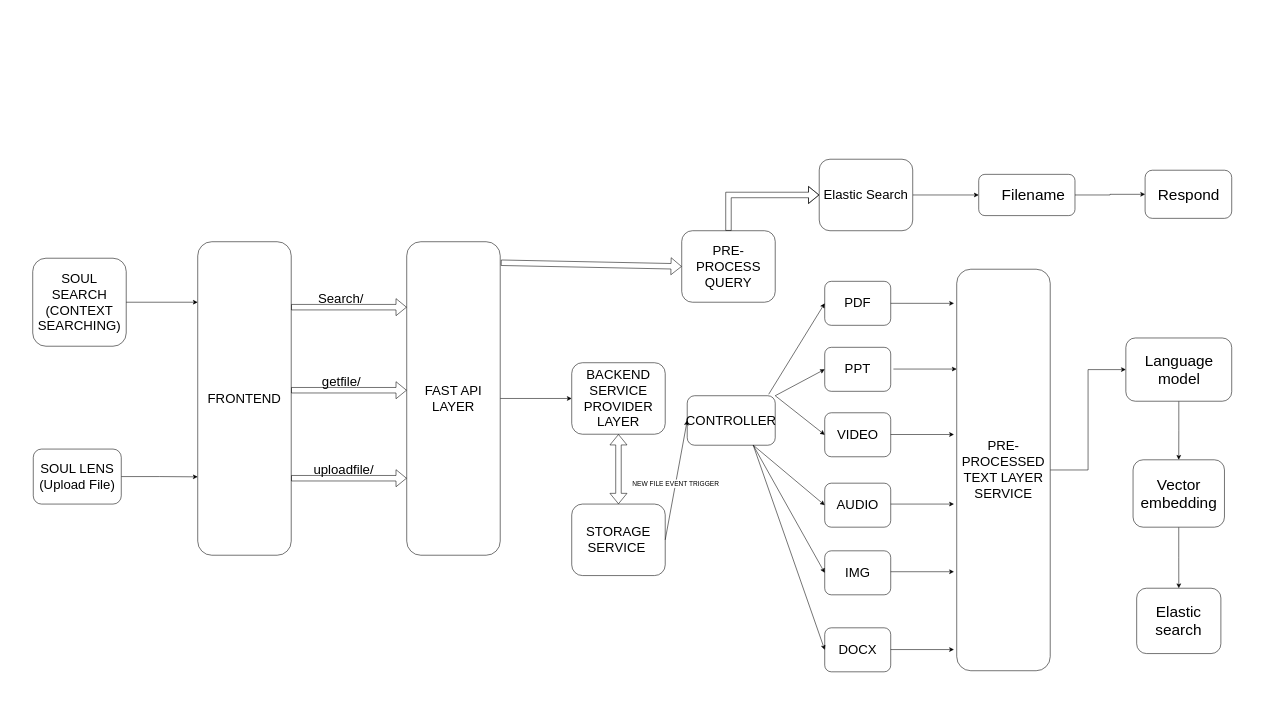
This is database/Hackathon.drawio from 2023-opportunity-hack/SouL--DigitalRecordsManagementforMuseumsandHistoricalSites, a draw.io file, before an edit. Source tidied: cells renumbered, new cells numbered last; positions are measured from the earlier drawing's top-left corner, leaving out a move shared by most shapes. Both pictures are drawn from the tidied source at 55%, with x=0, y=0 at pixel (32, 159).
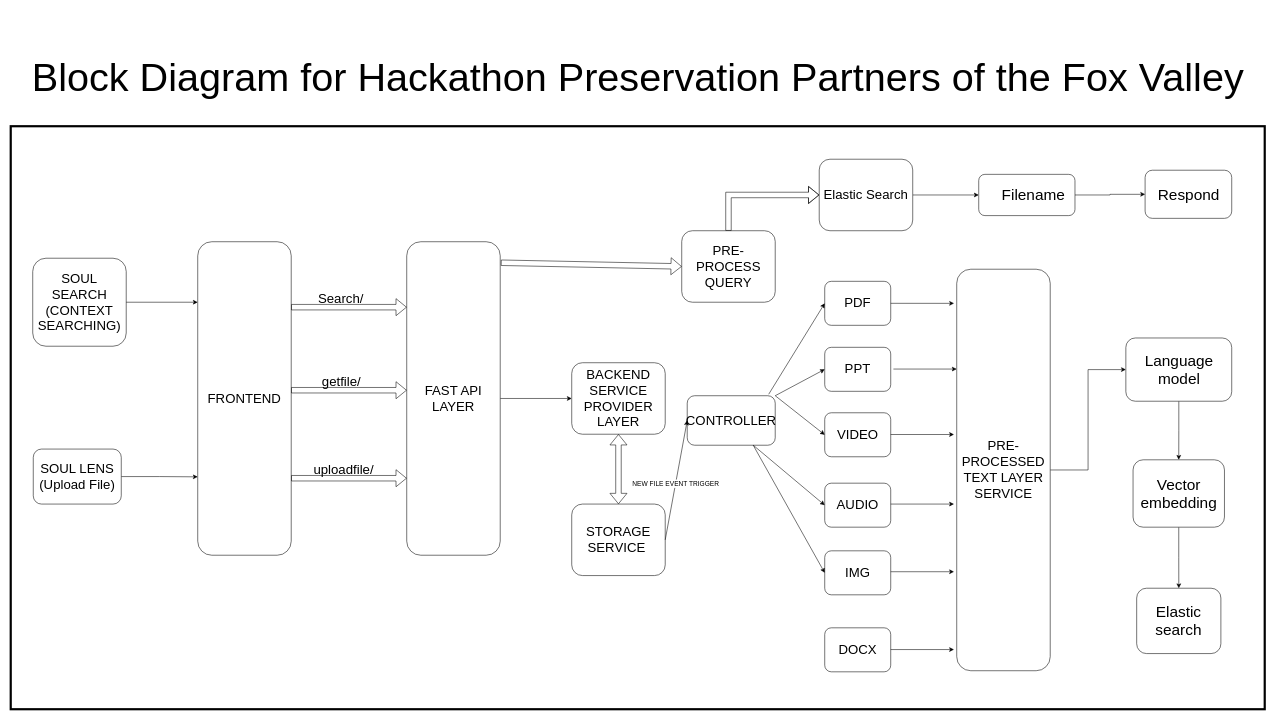
After the change.

The change refers to these unchanged cells:
```xml
<mxCell id="18" value="&lt;font style=&quot;font-size: 24px;&quot;&gt;CONTROLLER&lt;/font&gt;" style="rounded=1;whiteSpace=wrap;html=1;fontSize=12;glass=0;strokeWidth=1;shadow=0;" parent="1" vertex="1">
  <mxGeometry x="1190" y="430" width="160" height="90" as="geometry" />
</mxCell>
<mxCell id="30" value="&lt;font style=&quot;font-size: 24px;&quot;&gt;DOCX&lt;/font&gt;" style="rounded=1;whiteSpace=wrap;html=1;fontSize=12;glass=0;strokeWidth=1;shadow=0;" parent="1" vertex="1">
  <mxGeometry x="1440" y="852" width="120" height="80" as="geometry" />
</mxCell>
```

What changed in the source:
```diff
@@
+    <mxCell id="55" style="rounded=0;whiteSpace=wrap;html=1;labelBackgroundColor=none;fillColor=none;strokeWidth=4;" parent="1" vertex="1">
+      <mxGeometry x="-40" y="-60" width="2280" height="1060" as="geometry" />
+    </mxCell>
@@
-    <mxCell id="42" style="endArrow=classic;html=1;rounded=0;entryX=0;entryY=0.5;entryDx=0;entryDy=0;exitX=0.75;exitY=1;exitDx=0;exitDy=0;" parent="1" edge="1" source="18" target="30">
-      <mxGeometry relative="1" as="geometry" />
-    </mxCell>
@@
+    <mxCell id="56" value="&lt;font style=&quot;&quot;&gt;&lt;font style=&quot;font-size: 36px;&quot;&gt;&lt;br&gt;&lt;b id=&quot;docs-internal-guid-35cc28cf-7fff-33c0-494b-6eb4920cd560&quot; style=&quot;font-weight: normal;&quot;&gt;&lt;h1 style=&quot;line-height:1.38;margin-top:20pt;margin-bottom:6pt;&quot; dir=&quot;ltr&quot;&gt;&lt;span style=&quot;font-family: Arial, sans-serif; color: rgb(0, 0, 0); background-color: transparent; font-weight: 400; font-style: normal; font-variant: normal; text-decoration: none; vertical-align: baseline;&quot;&gt;Block Diagram for Hackathon Preservation Partners of the Fox Valley&lt;/span&gt;&lt;/h1&gt;&lt;/b&gt;&lt;/font&gt;&lt;br&gt;&lt;/font&gt;" style="text;html=1;align=center;verticalAlign=middle;strokeColor=none;fillColor=none;" parent="1" vertex="1">
+      <mxGeometry x="-15" y="-272" width="2230" height="230" as="geometry" />
+    </mxCell>
```
